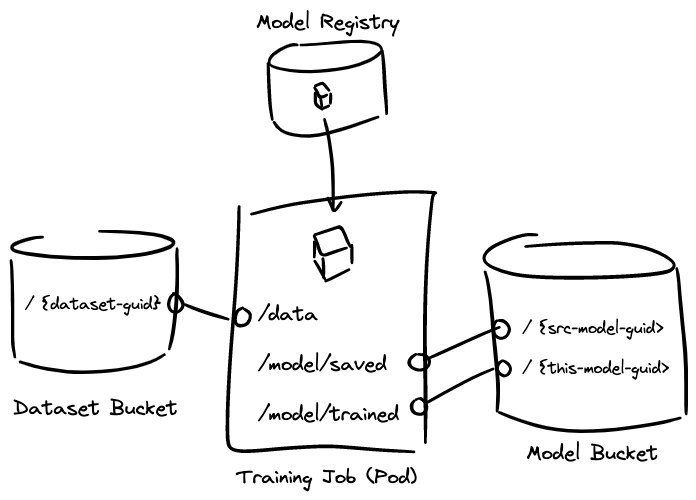
The Excalidraw diagram docs/diagrams/model-training.excalidraw.png in substratusai/runbooks, before a commit. Source tidied: one line per element, renumbered; positions are measured from the earlier drawing's top-left corner, leaving out a move shared by most shapes. Source of this version:
```json
{"id": 0, "type": "freedraw", "strokeColor": "#000000", "strokeWidth": 1, "roughness": 1, "x": 227, "y": 196, "width": 188, "height": 246, "points": [[2, 0], [2, 1], [2, 0], [2, 0], [2, 1], [2, 8], [2, 14], [1, 34], [0, 72], [-2, 95], [-5, 128], [-7, 149], [-7, 159], [-9, 184], [-9, 202], [-10, 209], [-10, 219], [-10, 229], [-10, 233], [-9, 237], [-8, 240], [-7, 242], [-4, 244], [3, 246], [15, 246], [39, 243], [58, 241], [90, 239], [110, 239], [135, 243], [161, 245], [170, 245], [178, 245], [179, 246], [179, 246]]}
{"id": 1, "type": "freedraw", "strokeColor": "#000000", "strokeWidth": 1, "roughness": 1, "x": 304, "y": 226, "width": 34, "height": 21, "points": [[0, 0], [0, -1], [0, -1], [1, 1], [2, 4], [3, 7], [4, 11], [6, 18], [7, 19], [9, 20], [10, 20], [12, 19], [18, 17], [23, 15], [30, 12], [34, 11], [34, 11]]}
{"id": 2, "type": "freedraw", "strokeColor": "#000000", "strokeWidth": 1, "roughness": 1, "x": 305, "y": 225, "width": 36, "height": 21, "points": [[0, 0], [0, 0], [0, 0], [4, -1], [7, -2], [13, -4], [17, -5], [20, -7], [22, -7], [23, -7], [24, -8], [24, -8], [25, -8], [25, -8], [26, -8], [27, -6], [28, -4], [32, 3], [33, 7], [34, 9], [35, 11], [36, 12], [36, 12]]}
{"id": 3, "type": "freedraw", "strokeColor": "#000000", "strokeWidth": 1, "roughness": 1, "x": 313, "y": 249, "width": 1, "height": 20, "points": [[0, 0], [-1, 0], [-1, -1], [0, 0], [0, 0], [0, 2], [1, 6], [1, 9], [1, 14], [1, 18], [0, 20], [0, 20]]}
{"id": 4, "type": "freedraw", "strokeColor": "#000000", "strokeWidth": 1, "roughness": 1, "x": 342, "y": 235, "width": 0, "height": 18, "points": [[0, 0], [0, 0], [0, 0], [0, 2], [0, 3], [0, 9], [0, 12], [0, 15], [0, 17], [0, 18], [0, 18]]}
{"id": 5, "type": "freedraw", "strokeColor": "#000000", "strokeWidth": 1, "roughness": 1, "x": 316, "y": 271, "width": 25, "height": 12, "points": [[0, 0], [0, 0], [5, -2], [9, -4], [17, -8], [22, -11], [25, -12], [25, -12]]}
{"id": 6, "type": "freedraw", "strokeColor": "#000000", "strokeWidth": 1, "roughness": 1, "x": 304, "y": 232, "width": 0, "height": 16, "points": [[0, 0], [0, 0], [0, -1], [0, -1], [0, 0], [0, 1], [0, 5], [0, 10], [0, 14], [0, 16], [0, 16]]}
{"id": 7, "type": "freedraw", "strokeColor": "#000000", "strokeWidth": 1, "roughness": 1, "x": 305, "y": 251, "width": 10, "height": 19, "points": [[0, 0], [1, 0], [1, 0], [3, 2], [6, 9], [8, 13], [10, 17], [10, 19], [10, 19]]}
{"id": 8, "type": "freedraw", "strokeColor": "#000000", "strokeWidth": 1, "roughness": 1, "x": 242, "y": 195, "width": 186, "height": 256, "points": [[0, 10], [3, 9], [5, 9], [20, 4], [41, -1], [59, -4], [91, -8], [114, -10], [147, -13], [163, -13], [170, -13], [183, -12], [186, -12], [186, -12], [184, -12], [182, -12], [181, -12], [181, -10], [181, -5], [179, 5], [178, 15], [176, 39], [173, 84], [173, 127], [173, 153], [173, 164], [174, 185], [174, 213], [174, 233], [174, 243], [174, 243]]}
{"id": 9, "type": "freedraw", "strokeColor": "#000000", "strokeWidth": 1, "roughness": 1, "x": 523, "y": 225, "width": 196, "height": 45, "points": [[3, 0], [4, 0], [-2, 0], [-4, 0], [-8, 0], [-15, 1], [-30, 6], [-42, 12], [-47, 15], [-51, 20], [-53, 27], [-45, 35], [-20, 42], [0, 44], [32, 44], [65, 43], [95, 42], [119, 40], [131, 39], [140, 36], [142, 34], [143, 30], [140, 25], [127, 16], [109, 11], [96, 9], [81, 7], [72, 7], [16, 9], [-4, 11], [-13, 12], [-13, 12]]}
{"id": 10, "type": "freedraw", "strokeColor": "#000000", "strokeWidth": 1, "roughness": 1, "x": 475, "y": 262, "width": 13, "height": 140, "points": [[0, 0], [1, 3], [3, 11], [7, 31], [7, 46], [10, 77], [11, 91], [13, 103], [13, 119], [13, 124], [13, 132], [12, 138], [12, 139], [12, 140], [12, 140]]}
{"id": 11, "type": "freedraw", "strokeColor": "#000000", "strokeWidth": 1, "roughness": 1, "x": 667, "y": 259, "width": 10, "height": 146, "points": [[0, 0], [0, 0], [0, 0], [0, 0], [0, 2], [1, 4], [2, 9], [3, 20], [3, 33], [5, 53], [7, 67], [9, 92], [10, 104], [10, 121], [9, 135], [9, 141], [9, 144], [9, 144], [9, 145], [10, 145], [10, 145]]}
{"id": 12, "type": "freedraw", "strokeColor": "#000000", "strokeWidth": 1, "roughness": 1, "x": 489, "y": 403, "width": 184, "height": 21, "points": [[0, 0], [4, 2], [9, 4], [25, 10], [37, 14], [59, 19], [85, 21], [114, 19], [133, 16], [150, 13], [164, 10], [175, 8], [184, 5], [184, 5]]}
{"id": 13, "type": "text", "text": "/data\n\n/model/saved\n\n/model/trained", "strokeColor": "#000000", "strokeWidth": 1, "roughness": 1, "fontSize": 20, "fontFamily": 1, "x": 248, "y": 292, "width": 141, "height": 125}
{"id": 14, "type": "text", "text": "/ {src-model-guid>\n\n/ {this-model-guid>", "strokeColor": "#000000", "strokeWidth": 1, "roughness": 1, "fontSize": 16, "fontFamily": 1, "x": 513, "y": 309, "width": 146, "height": 60}
{"id": 15, "type": "freedraw", "strokeColor": "#000000", "strokeWidth": 1, "roughness": 1, "x": 404, "y": 391, "width": 17, "height": 17, "points": [[0, 0], [0, 0], [-1, -1], [-2, 1], [-4, 4], [-4, 7], [-2, 11], [-1, 13], [3, 14], [8, 14], [11, 13], [13, 11], [14, 5], [12, 1], [8, -3], [6, -3], [4, -3], [4, -3], [4, -3], [0, 0]]}
{"id": 16, "type": "freedraw", "strokeColor": "#000000", "strokeWidth": 1, "roughness": 1, "x": 416, "y": 393, "width": 69, "height": 35, "points": [[0, 0], [0, 0], [0, 0], [1, 0], [2, -1], [5, -2], [8, -4], [19, -11], [35, -19], [45, -24], [49, -26], [57, -30], [64, -33], [69, -35], [69, -35]]}
{"id": 17, "type": "freedraw", "strokeColor": "#000000", "strokeWidth": 1, "roughness": 1, "x": 492, "y": 351, "width": 15, "height": 17, "points": [[0, 0], [-1, 0], [-1, 0], [-5, 2], [-6, 4], [-6, 6], [-6, 9], [-5, 11], [-3, 13], [-1, 15], [2, 16], [4, 16], [5, 15], [7, 13], [8, 10], [9, 7], [8, 4], [6, 2], [4, 2], [2, 0], [1, -1], [0, 0]]}
{"id": 18, "type": "freedraw", "strokeColor": "#000000", "strokeWidth": 1, "roughness": 1, "x": 406, "y": 344, "width": 22, "height": 17, "points": [[0, 0], [0, 0], [0, 0], [0, 0], [-3, 1], [-5, 3], [-6, 4], [-8, 8], [-8, 11], [-5, 15], [2, 17], [7, 17], [12, 15], [14, 11], [14, 8], [14, 4], [13, 3], [9, 0], [7, 0], [3, 0], [0, 0]]}
{"id": 19, "type": "freedraw", "strokeColor": "#000000", "strokeWidth": 1, "roughness": 1, "x": 419, "y": 348, "width": 72, "height": 32, "points": [[0, 0], [0, 0], [4, -1], [12, -5], [23, -10], [37, -16], [59, -26], [65, -29], [70, -31], [72, -31], [72, -31]]}
{"id": 20, "type": "freedraw", "strokeColor": "#000000", "strokeWidth": 1, "roughness": 1, "x": 487, "y": 311, "width": 17, "height": 20, "points": [[0, 0], [-1, 0], [-1, 0], [-1, 0], [-2, 0], [-3, 1], [-3, 3], [-4, 7], [-4, 12], [-2, 16], [3, 19], [6, 19], [11, 16], [12, 14], [13, 9], [13, 7], [12, 4], [8, 0], [5, -1], [4, -1], [3, -1], [0, 0]]}
{"id": 21, "type": "text", "text": "Model Bucket", "strokeColor": "#000000", "strokeWidth": 1, "roughness": 1, "fontSize": 20, "fontFamily": 1, "x": 516, "y": 431, "width": 132, "height": 25}
{"id": 22, "type": "text", "text": "Training Job (Pod)", "strokeColor": "#000000", "strokeWidth": 1, "roughness": 1, "fontSize": 20, "fontFamily": 1, "x": 227, "y": 455, "width": 180, "height": 25}
{"id": 23, "type": "freedraw", "strokeColor": "#000000", "strokeWidth": 1, "roughness": 1, "x": 25, "y": 229, "width": 166, "height": 28, "points": [[8, -2], [7, -2], [0, -2], [-2, -1], [-8, 0], [-13, 2], [-21, 4], [-24, 7], [-25, 8], [-24, 11], [-16, 15], [22, 19], [44, 20], [67, 19], [88, 18], [105, 17], [125, 13], [133, 10], [139, 6], [140, 5], [141, 2], [138, -2], [119, -6], [101, -8], [85, -8], [70, -8], [61, -8], [61, -8]]}
{"id": 24, "type": "freedraw", "strokeColor": "#000000", "strokeWidth": 1, "roughness": 1, "x": 1, "y": 251, "width": 4, "height": 98, "points": [[0, 0], [0, 0], [1, 8], [2, 28], [2, 43], [2, 58], [2, 64], [2, 80], [2, 91], [3, 96], [4, 98], [4, 98]]}
{"id": 25, "type": "freedraw", "strokeColor": "#000000", "strokeWidth": 1, "roughness": 1, "x": 167, "y": 239, "width": 8, "height": 102, "points": [[0, 0], [-1, 1], [0, 0], [0, 2], [0, 4], [0, 10], [0, 19], [0, 26], [0, 47], [-2, 67], [-3, 77], [-5, 89], [-6, 95], [-7, 99], [-8, 102], [-8, 102]]}
{"id": 26, "type": "freedraw", "strokeColor": "#000000", "strokeWidth": 1, "roughness": 1, "x": 10, "y": 354, "width": 146, "height": 21, "points": [[0, -2], [0, -2], [0, -2], [11, 2], [16, 3], [22, 5], [52, 10], [71, 10], [109, 7], [125, 2], [136, -3], [145, -7], [146, -10], [146, -10]]}
{"id": 27, "type": "text", "text": "/ {dataset-guid}", "strokeColor": "#000000", "strokeWidth": 1, "roughness": 1, "fontSize": 16, "fontFamily": 1, "x": 15, "y": 285, "width": 135, "height": 20}
{"id": 28, "type": "text", "text": "Dataset Bucket", "strokeColor": "#000000", "strokeWidth": 1, "roughness": 1, "fontSize": 20, "fontFamily": 1, "x": 3, "y": 386, "width": 165, "height": 25}
{"id": 29, "type": "freedraw", "strokeColor": "#000000", "strokeWidth": 1, "roughness": 1, "x": 164, "y": 284, "width": 16, "height": 22, "points": [[0, 0], [0, 0], [0, 0], [-4, 2], [-5, 5], [-6, 11], [-5, 14], [-3, 18], [-1, 19], [4, 19], [6, 18], [9, 15], [10, 12], [10, 9], [10, 6], [6, 2], [2, -1], [-2, -2], [-2, -3], [0, 0]]}
{"id": 30, "type": "freedraw", "strokeColor": "#000000", "strokeWidth": 1, "roughness": 1, "x": 233, "y": 298, "width": 16, "height": 20, "points": [[0, 0], [0, 0], [-3, 1], [-6, 3], [-7, 4], [-8, 7], [-8, 12], [-7, 17], [-5, 19], [-2, 20], [4, 17], [6, 16], [7, 14], [8, 10], [8, 7], [8, 4], [5, 2], [2, 2], [0, 0]]}
{"id": 31, "type": "freedraw", "strokeColor": "#000000", "strokeWidth": 1, "roughness": 1, "x": 175, "y": 295, "width": 46, "height": 15, "points": [[0, 0], [0, 0], [1, 1], [8, 3], [17, 7], [32, 12], [39, 13], [45, 15], [45, 15]]}
{"id": 32, "type": "freedraw", "strokeColor": "#000000", "strokeWidth": 1, "roughness": 1, "x": 287, "y": 35, "width": 117, "height": 35, "points": [[0, 0], [1, 0], [1, 0], [-4, -1], [-5, -1], [-10, 1], [-17, 4], [-28, 11], [-30, 15], [-30, 20], [-26, 25], [7, 29], [28, 27], [48, 24], [56, 22], [64, 20], [75, 15], [85, 9], [87, 5], [87, 0], [76, -6], [53, -6], [28, -2], [21, -1], [6, 0], [3, 0], [0, 0]]}
{"id": 33, "type": "freedraw", "strokeColor": "#000000", "strokeWidth": 1, "roughness": 1, "x": 258, "y": 53, "width": 4, "height": 57, "points": [[0, 0], [0, 0], [0, 1], [0, 3], [0, 6], [0, 14], [1, 30], [2, 42], [3, 49], [4, 56], [4, 57], [4, 57]]}
{"id": 34, "type": "freedraw", "strokeColor": "#000000", "strokeWidth": 1, "roughness": 1, "x": 372, "y": 41, "width": 4, "height": 64, "points": [[0, 0], [0, 0], [1, 5], [2, 16], [2, 29], [3, 43], [4, 50], [4, 55], [4, 60], [4, 62], [4, 64], [4, 64]]}
{"id": 35, "type": "freedraw", "strokeColor": "#000000", "strokeWidth": 1, "roughness": 1, "x": 264, "y": 112, "width": 108, "height": 23, "points": [[0, 0], [0, 0], [1, 0], [1, 0], [2, 3], [3, 4], [5, 8], [16, 15], [39, 17], [57, 13], [83, 3], [102, -4], [108, -7], [108, -7]]}
{"id": 36, "type": "freedraw", "strokeColor": "#000000", "strokeWidth": 1, "roughness": 1, "x": 305, "y": 78, "width": 13, "height": 11, "points": [[0, 0], [0, 0], [1, 1], [1, 1], [2, 3], [3, 4], [3, 6], [4, 8], [4, 9], [5, 10], [6, 11], [7, 10], [11, 8], [13, 7], [13, 7]]}
{"id": 37, "type": "freedraw", "strokeColor": "#000000", "strokeWidth": 1, "roughness": 1, "x": 305, "y": 76, "width": 14, "height": 8, "points": [[0, 0], [0, 0], [0, 0], [2, -1], [4, -2], [6, -3], [7, -3], [7, -3], [7, -3], [8, -3], [8, -3], [9, -1], [11, 1], [13, 3], [14, 5], [14, 5]]}
{"id": 38, "type": "freedraw", "strokeColor": "#000000", "strokeWidth": 1, "roughness": 1, "x": 311, "y": 88, "width": 1, "height": 9, "points": [[0, 0], [0, 1], [0, 0], [1, 4], [1, 6], [1, 8], [1, 9], [1, 9]]}
{"id": 39, "type": "freedraw", "strokeColor": "#000000", "strokeWidth": 1, "roughness": 1, "x": 321, "y": 84, "width": 0, "height": 11, "points": [[0, 0], [0, 0], [0, 0], [0, 1], [0, 3], [0, 5], [0, 8], [0, 10], [0, 10]]}
{"id": 40, "type": "freedraw", "strokeColor": "#000000", "strokeWidth": 1, "roughness": 1, "x": 313, "y": 98, "width": 6, "height": 3, "points": [[0, 0], [0, 0], [0, 0], [4, -1], [4, -2], [6, -3], [6, -3], [0, 0]]}
{"id": 41, "type": "freedraw", "strokeColor": "#000000", "strokeWidth": 1, "roughness": 1, "x": 305, "y": 83, "width": 7, "height": 17, "points": [[0, 0], [0, 0], [0, 1], [0, 3], [0, 5], [0, 8], [0, 9], [0, 10], [0, 11], [1, 11], [2, 13], [4, 15], [7, 16], [7, 16], [7, 16]]}
{"id": 42, "type": "freedraw", "strokeColor": "#000000", "strokeWidth": 1, "roughness": 1, "x": 315, "y": 109, "width": 9, "height": 93, "points": [[0, 0], [1, 3], [2, 9], [5, 19], [8, 39], [9, 54], [9, 62], [9, 80], [9, 89], [9, 93], [9, 93]]}
{"id": 43, "type": "freedraw", "strokeColor": "#000000", "strokeWidth": 1, "roughness": 1, "x": 318, "y": 188, "width": 14, "height": 15, "points": [[0, 0], [0, 0], [2, 4], [4, 9], [5, 12], [6, 14], [8, 14], [9, 12], [11, 7], [12, 6], [14, 3], [14, 3]]}
{"id": 44, "type": "text", "text": "Model Registry", "strokeColor": "#000000", "strokeWidth": 1, "roughness": 1, "fontSize": 20, "fontFamily": 1, "x": 246, "y": 0, "width": 143, "height": 25}
```
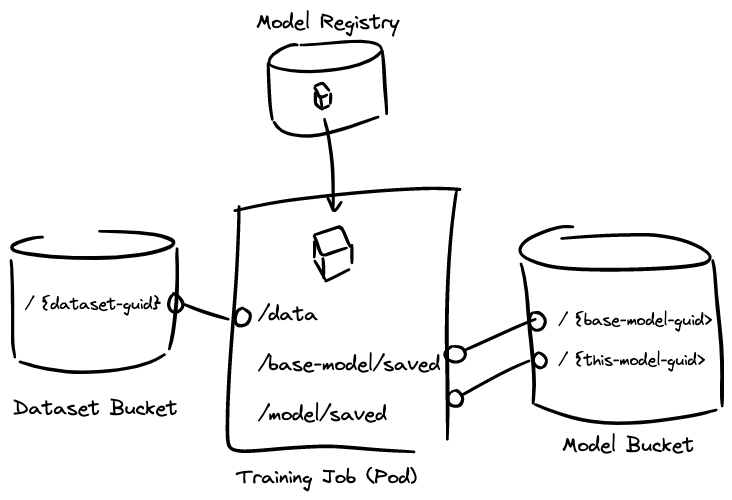
Later version of the same file.

Commit message:
Update design.md to reflect current state

Diff of the diagram source:
```diff
@@ -6,20 +6,20 @@
 {"id": 5, "type": "freedraw", "strokeColor": "#000000", "strokeWidth": 1, "roughness": 1, "x": 316, "y": 271, "width": 25, "height": 12, "points": [[0, 0], [0, 0], [5, -2], [9, -4], [17, -8], [22, -11], [25, -12], [25, -12]]}
 {"id": 6, "type": "freedraw", "strokeColor": "#000000", "strokeWidth": 1, "roughness": 1, "x": 304, "y": 232, "width": 0, "height": 16, "points": [[0, 0], [0, 0], [0, -1], [0, -1], [0, 0], [0, 1], [0, 5], [0, 10], [0, 14], [0, 16], [0, 16]]}
 {"id": 7, "type": "freedraw", "strokeColor": "#000000", "strokeWidth": 1, "roughness": 1, "x": 305, "y": 251, "width": 10, "height": 19, "points": [[0, 0], [1, 0], [1, 0], [3, 2], [6, 9], [8, 13], [10, 17], [10, 19], [10, 19]]}
-{"id": 8, "type": "freedraw", "strokeColor": "#000000", "strokeWidth": 1, "roughness": 1, "x": 242, "y": 195, "width": 186, "height": 256, "points": [[0, 10], [3, 9], [5, 9], [20, 4], [41, -1], [59, -4], [91, -8], [114, -10], [147, -13], [163, -13], [170, -13], [183, -12], [186, -12], [186, -12], [184, -12], [182, -12], [181, -12], [181, -10], [181, -5], [179, 5], [178, 15], [176, 39], [173, 84], [173, 127], [173, 153], [173, 164], [174, 185], [174, 213], [174, 233], [174, 243], [174, 243]]}
+{"id": 8, "type": "freedraw", "strokeColor": "#000000", "strokeWidth": 1, "roughness": 1, "x": 225, "y": 191, "width": 228, "height": 256, "points": [[0, 10], [3, 9], [6, 9], [24, 4], [51, -1], [72, -4], [111, -8], [140, -10], [179, -13], [200, -13], [207, -13], [223, -12], [227, -12], [228, -12], [225, -12], [222, -12], [221, -12], [221, -10], [221, -5], [219, 5], [218, 15], [215, 39], [212, 84], [211, 127], [212, 153], [212, 164], [213, 185], [213, 213], [213, 233], [213, 243], [213, 243]]}
-{"id": 9, "type": "freedraw", "strokeColor": "#000000", "strokeWidth": 1, "roughness": 1, "x": 523, "y": 225, "width": 196, "height": 45, "points": [[3, 0], [4, 0], [-2, 0], [-4, 0], [-8, 0], [-15, 1], [-30, 6], [-42, 12], [-47, 15], [-51, 20], [-53, 27], [-45, 35], [-20, 42], [0, 44], [32, 44], [65, 43], [95, 42], [119, 40], [131, 39], [140, 36], [142, 34], [143, 30], [140, 25], [127, 16], [109, 11], [96, 9], [81, 7], [72, 7], [16, 9], [-4, 11], [-13, 12], [-13, 12]]}
+{"id": 9, "type": "freedraw", "strokeColor": "#000000", "strokeWidth": 1, "roughness": 1, "x": 559, "y": 217, "width": 196, "height": 45, "points": [[3, 0], [4, 0], [-2, 0], [-4, 0], [-8, 0], [-15, 1], [-30, 6], [-42, 12], [-47, 15], [-51, 20], [-53, 27], [-45, 35], [-20, 42], [0, 44], [32, 44], [65, 43], [95, 42], [119, 40], [131, 39], [140, 36], [142, 34], [143, 30], [140, 25], [127, 16], [109, 11], [96, 9], [81, 7], [72, 7], [16, 9], [-4, 11], [-13, 12], [-13, 12]]}
-{"id": 10, "type": "freedraw", "strokeColor": "#000000", "strokeWidth": 1, "roughness": 1, "x": 475, "y": 262, "width": 13, "height": 140, "points": [[0, 0], [1, 3], [3, 11], [7, 31], [7, 46], [10, 77], [11, 91], [13, 103], [13, 119], [13, 124], [13, 132], [12, 138], [12, 139], [12, 140], [12, 140]]}
+{"id": 10, "type": "freedraw", "strokeColor": "#000000", "strokeWidth": 1, "roughness": 1, "x": 511, "y": 254, "width": 13, "height": 140, "points": [[0, 0], [1, 3], [3, 11], [7, 31], [7, 46], [10, 77], [11, 91], [13, 103], [13, 119], [13, 124], [13, 132], [12, 138], [12, 139], [12, 140], [12, 140]]}
-{"id": 11, "type": "freedraw", "strokeColor": "#000000", "strokeWidth": 1, "roughness": 1, "x": 667, "y": 259, "width": 10, "height": 146, "points": [[0, 0], [0, 0], [0, 0], [0, 0], [0, 2], [1, 4], [2, 9], [3, 20], [3, 33], [5, 53], [7, 67], [9, 92], [10, 104], [10, 121], [9, 135], [9, 141], [9, 144], [9, 144], [9, 145], [10, 145], [10, 145]]}
+{"id": 11, "type": "freedraw", "strokeColor": "#000000", "strokeWidth": 1, "roughness": 1, "x": 703, "y": 251, "width": 10, "height": 146, "points": [[0, 0], [0, 0], [0, 0], [0, 0], [0, 2], [1, 4], [2, 9], [3, 20], [3, 33], [5, 53], [7, 67], [9, 92], [10, 104], [10, 121], [9, 135], [9, 141], [9, 144], [9, 144], [9, 145], [10, 145], [10, 145]]}
-{"id": 12, "type": "freedraw", "strokeColor": "#000000", "strokeWidth": 1, "roughness": 1, "x": 489, "y": 403, "width": 184, "height": 21, "points": [[0, 0], [4, 2], [9, 4], [25, 10], [37, 14], [59, 19], [85, 21], [114, 19], [133, 16], [150, 13], [164, 10], [175, 8], [184, 5], [184, 5]]}
+{"id": 12, "type": "freedraw", "strokeColor": "#000000", "strokeWidth": 1, "roughness": 1, "x": 525, "y": 395, "width": 184, "height": 21, "points": [[0, 0], [4, 2], [9, 4], [25, 10], [37, 14], [59, 19], [85, 21], [114, 19], [133, 16], [150, 13], [164, 10], [175, 8], [184, 5], [184, 5]]}
-{"id": 13, "type": "text", "text": "/data\n\n/model/saved\n\n/model/trained", "strokeColor": "#000000", "strokeWidth": 1, "roughness": 1, "fontSize": 20, "fontFamily": 1, "x": 248, "y": 292, "width": 141, "height": 125}
+{"id": 13, "type": "text", "text": "/data\n\n/base-model/saved\n\n/model/saved", "strokeColor": "#000000", "strokeWidth": 1, "roughness": 1, "fontSize": 20, "fontFamily": 1, "x": 248, "y": 292, "width": 182, "height": 125}
-{"id": 14, "type": "text", "text": "/ {src-model-guid>\n\n/ {this-model-guid>", "strokeColor": "#000000", "strokeWidth": 1, "roughness": 1, "fontSize": 16, "fontFamily": 1, "x": 513, "y": 309, "width": 146, "height": 60}
+{"id": 14, "type": "text", "text": "/ {base-model-guid>\n\n/ {this-model-guid>", "strokeColor": "#000000", "strokeWidth": 1, "roughness": 1, "fontSize": 16, "fontFamily": 1, "x": 549, "y": 301, "width": 153, "height": 60}
-{"id": 15, "type": "freedraw", "strokeColor": "#000000", "strokeWidth": 1, "roughness": 1, "x": 404, "y": 391, "width": 17, "height": 17, "points": [[0, 0], [0, 0], [-1, -1], [-2, 1], [-4, 4], [-4, 7], [-2, 11], [-1, 13], [3, 14], [8, 14], [11, 13], [13, 11], [14, 5], [12, 1], [8, -3], [6, -3], [4, -3], [4, -3], [4, -3], [0, 0]]}
+{"id": 15, "type": "freedraw", "strokeColor": "#000000", "strokeWidth": 1, "roughness": 1, "x": 440, "y": 383, "width": 17, "height": 17, "points": [[0, 0], [0, 0], [-1, -1], [-2, 1], [-4, 4], [-4, 7], [-2, 11], [-1, 13], [3, 14], [8, 14], [11, 13], [13, 11], [14, 5], [12, 1], [8, -3], [6, -3], [4, -3], [4, -3], [4, -3], [0, 0]]}
-{"id": 16, "type": "freedraw", "strokeColor": "#000000", "strokeWidth": 1, "roughness": 1, "x": 416, "y": 393, "width": 69, "height": 35, "points": [[0, 0], [0, 0], [0, 0], [1, 0], [2, -1], [5, -2], [8, -4], [19, -11], [35, -19], [45, -24], [49, -26], [57, -30], [64, -33], [69, -35], [69, -35]]}
+{"id": 16, "type": "freedraw", "strokeColor": "#000000", "strokeWidth": 1, "roughness": 1, "x": 452, "y": 385, "width": 69, "height": 35, "points": [[0, 0], [0, 0], [0, 0], [1, 0], [2, -1], [5, -2], [8, -4], [19, -11], [35, -19], [45, -24], [49, -26], [57, -30], [64, -33], [69, -35], [69, -35]]}
-{"id": 17, "type": "freedraw", "strokeColor": "#000000", "strokeWidth": 1, "roughness": 1, "x": 492, "y": 351, "width": 15, "height": 17, "points": [[0, 0], [-1, 0], [-1, 0], [-5, 2], [-6, 4], [-6, 6], [-6, 9], [-5, 11], [-3, 13], [-1, 15], [2, 16], [4, 16], [5, 15], [7, 13], [8, 10], [9, 7], [8, 4], [6, 2], [4, 2], [2, 0], [1, -1], [0, 0]]}
+{"id": 17, "type": "freedraw", "strokeColor": "#000000", "strokeWidth": 1, "roughness": 1, "x": 528, "y": 343, "width": 15, "height": 17, "points": [[0, 0], [-1, 0], [-1, 0], [-5, 2], [-6, 4], [-6, 6], [-6, 9], [-5, 11], [-3, 13], [-1, 15], [2, 16], [4, 16], [5, 15], [7, 13], [8, 10], [9, 7], [8, 4], [6, 2], [4, 2], [2, 0], [1, -1], [0, 0]]}
-{"id": 18, "type": "freedraw", "strokeColor": "#000000", "strokeWidth": 1, "roughness": 1, "x": 406, "y": 344, "width": 22, "height": 17, "points": [[0, 0], [0, 0], [0, 0], [0, 0], [-3, 1], [-5, 3], [-6, 4], [-8, 8], [-8, 11], [-5, 15], [2, 17], [7, 17], [12, 15], [14, 11], [14, 8], [14, 4], [13, 3], [9, 0], [7, 0], [3, 0], [0, 0]]}
+{"id": 18, "type": "freedraw", "strokeColor": "#000000", "strokeWidth": 1, "roughness": 1, "x": 442, "y": 336, "width": 22, "height": 17, "points": [[0, 0], [0, 0], [0, 0], [0, 0], [-3, 1], [-5, 3], [-6, 4], [-8, 8], [-8, 11], [-5, 15], [2, 17], [7, 17], [12, 15], [14, 11], [14, 8], [14, 4], [13, 3], [9, 0], [7, 0], [3, 0], [0, 0]]}
-{"id": 19, "type": "freedraw", "strokeColor": "#000000", "strokeWidth": 1, "roughness": 1, "x": 419, "y": 348, "width": 72, "height": 32, "points": [[0, 0], [0, 0], [4, -1], [12, -5], [23, -10], [37, -16], [59, -26], [65, -29], [70, -31], [72, -31], [72, -31]]}
+{"id": 19, "type": "freedraw", "strokeColor": "#000000", "strokeWidth": 1, "roughness": 1, "x": 455, "y": 340, "width": 72, "height": 32, "points": [[0, 0], [0, 0], [4, -1], [12, -5], [23, -10], [37, -16], [59, -26], [65, -29], [70, -31], [72, -31], [72, -31]]}
-{"id": 20, "type": "freedraw", "strokeColor": "#000000", "strokeWidth": 1, "roughness": 1, "x": 487, "y": 311, "width": 17, "height": 20, "points": [[0, 0], [-1, 0], [-1, 0], [-1, 0], [-2, 0], [-3, 1], [-3, 3], [-4, 7], [-4, 12], [-2, 16], [3, 19], [6, 19], [11, 16], [12, 14], [13, 9], [13, 7], [12, 4], [8, 0], [5, -1], [4, -1], [3, -1], [0, 0]]}
+{"id": 20, "type": "freedraw", "strokeColor": "#000000", "strokeWidth": 1, "roughness": 1, "x": 523, "y": 303, "width": 17, "height": 20, "points": [[0, 0], [-1, 0], [-1, 0], [-1, 0], [-2, 0], [-3, 1], [-3, 3], [-4, 7], [-4, 12], [-2, 16], [3, 19], [6, 19], [11, 16], [12, 14], [13, 9], [13, 7], [12, 4], [8, 0], [5, -1], [4, -1], [3, -1], [0, 0]]}
-{"id": 21, "type": "text", "text": "Model Bucket", "strokeColor": "#000000", "strokeWidth": 1, "roughness": 1, "fontSize": 20, "fontFamily": 1, "x": 516, "y": 431, "width": 132, "height": 25}
+{"id": 21, "type": "text", "text": "Model Bucket", "strokeColor": "#000000", "strokeWidth": 1, "roughness": 1, "fontSize": 20, "fontFamily": 1, "x": 552, "y": 423, "width": 132, "height": 25}
 {"id": 22, "type": "text", "text": "Training Job (Pod)", "strokeColor": "#000000", "strokeWidth": 1, "roughness": 1, "fontSize": 20, "fontFamily": 1, "x": 227, "y": 455, "width": 180, "height": 25}
 {"id": 23, "type": "freedraw", "strokeColor": "#000000", "strokeWidth": 1, "roughness": 1, "x": 25, "y": 229, "width": 166, "height": 28, "points": [[8, -2], [7, -2], [0, -2], [-2, -1], [-8, 0], [-13, 2], [-21, 4], [-24, 7], [-25, 8], [-24, 11], [-16, 15], [22, 19], [44, 20], [67, 19], [88, 18], [105, 17], [125, 13], [133, 10], [139, 6], [140, 5], [141, 2], [138, -2], [119, -6], [101, -8], [85, -8], [70, -8], [61, -8], [61, -8]]}
 {"id": 24, "type": "freedraw", "strokeColor": "#000000", "strokeWidth": 1, "roughness": 1, "x": 1, "y": 251, "width": 4, "height": 98, "points": [[0, 0], [0, 0], [1, 8], [2, 28], [2, 43], [2, 58], [2, 64], [2, 80], [2, 91], [3, 96], [4, 98], [4, 98]]}
```
